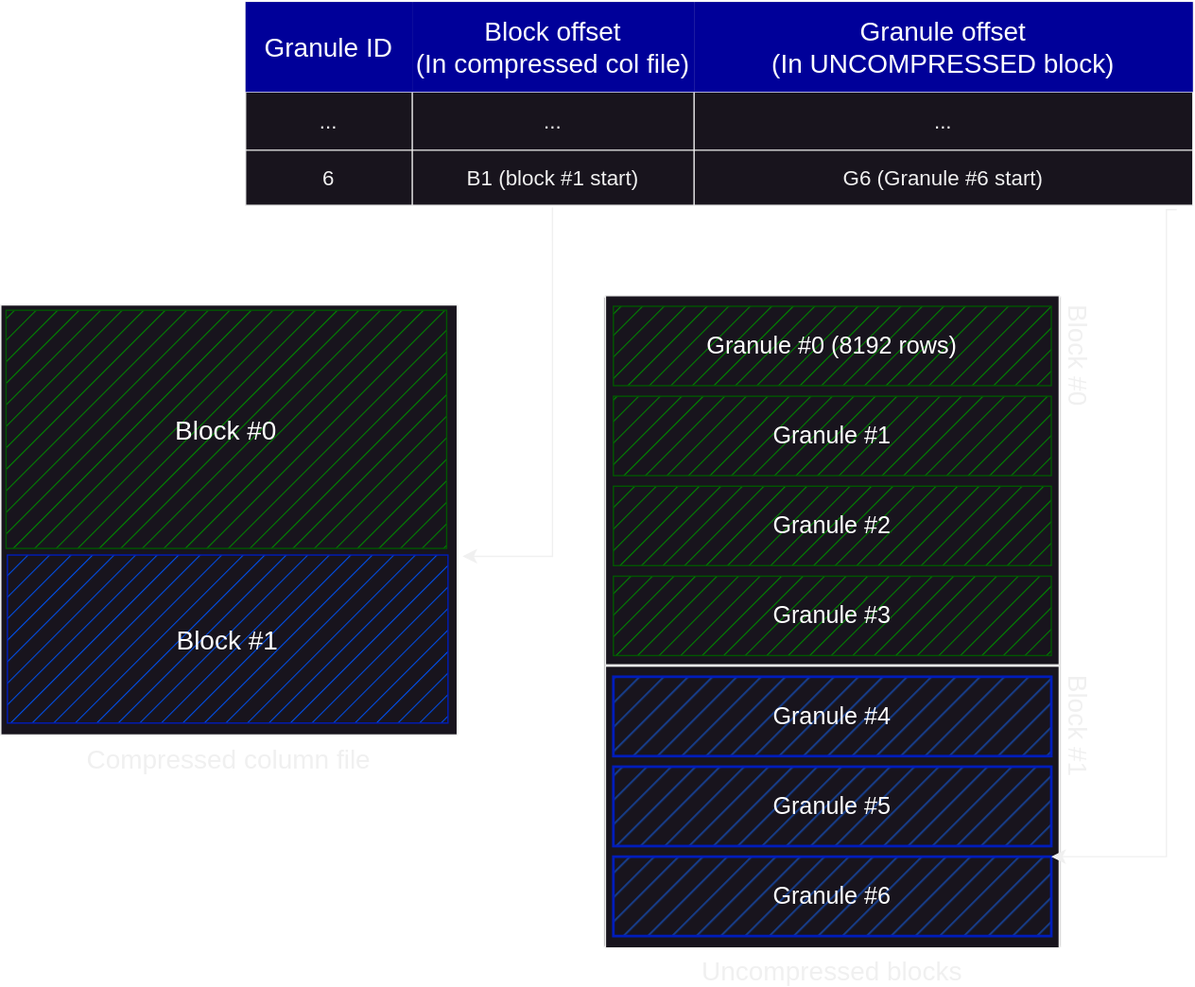
Above: content/posts/clickhouse-paper/images/column-file-organization.svg in su225/su225.github.io (draw.io), before the change. Source tidied: cells renumbered, new cells last; positions are measured from the earlier drawing's top-left corner, leaving out a move shared by most shapes.
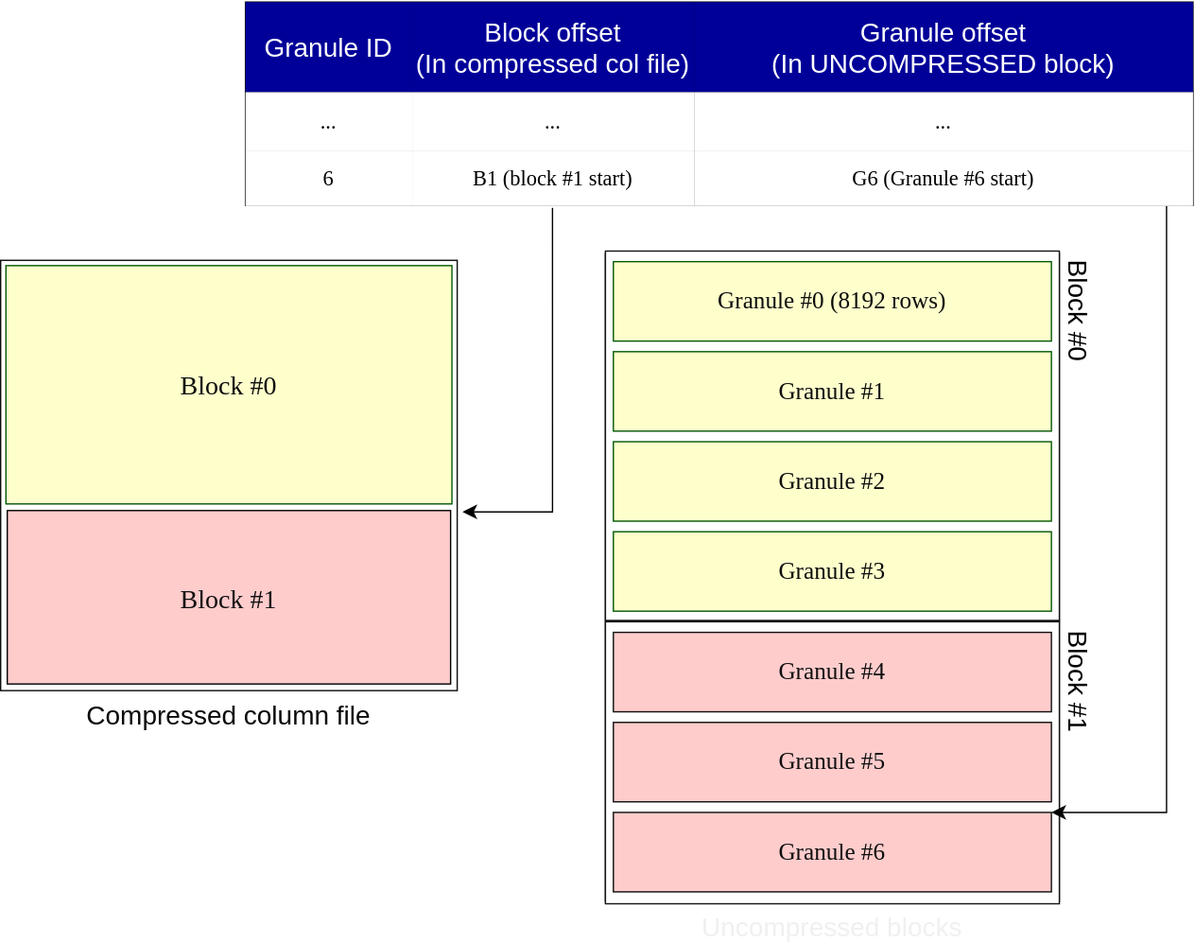
Above is the later version.

What changed in the source:
```diff
@@ -1,48 +1,63 @@
-<mxGraphModel>
+<mxGraphModel background="#ffffff">
   <root>
     <mxCell id="0" />
     <mxCell id="1" parent="0" />
     <mxCell id="2" value="Uncompressed blocks" style="rounded=0;whiteSpace=wrap;html=1;labelPosition=center;verticalLabelPosition=bottom;align=center;verticalAlign=top;fontSize=20;horizontal=1;" parent="1" vertex="1">
       <mxGeometry x="456" y="223" width="345" height="491" as="geometry" />
     </mxCell>
-    <mxCell id="3" value="Block #0" style="rounded=0;whiteSpace=wrap;html=1;labelPosition=right;verticalLabelPosition=middle;align=left;verticalAlign=top;fontSize=20;horizontal=1;textDirection=vertical-lr;" parent="1" vertex="1">
+    <mxCell id="3" value="Block #0" style="rounded=0;whiteSpace=wrap;html=1;labelPosition=right;verticalLabelPosition=middle;align=left;verticalAlign=top;fontSize=20;horizontal=1;textDirection=vertical-lr;fillStyle=solid;fillColor=#FFFFFF;fontColor=#000000;strokeColor=#141414;" parent="1" vertex="1">
       <mxGeometry x="457" y="222" width="343" height="279" as="geometry" />
     </mxCell>
-    <mxCell id="4" value="Granule #0 (8192 rows)" style="rounded=0;whiteSpace=wrap;html=1;fontSize=18;fillStyle=hatch;fillColor=#008a00;strokeColor=#005700;fontColor=#ffffff;" parent="1" vertex="1">
+    <mxCell id="4" value="Granule #0 (8192 rows)" style="rounded=0;whiteSpace=wrap;html=1;fontSize=18;fillStyle=auto;fillColor=#FFFFCC;strokeColor=#005700;fontColor=#0D0D0D;fontFamily=Georgia;" parent="1" vertex="1">
       <mxGeometry x="463" y="230" width="331" height="60" as="geometry" />
     </mxCell>
-    <mxCell id="5" value="Granule #1" style="rounded=0;whiteSpace=wrap;html=1;fontSize=18;fillStyle=hatch;fillColor=#008a00;strokeColor=#005700;fontColor=#ffffff;" parent="1" vertex="1">
+    <mxCell id="5" value="Granule #1" style="rounded=0;whiteSpace=wrap;html=1;fontSize=18;fillStyle=auto;fillColor=#FFFFCC;strokeColor=#005700;fontColor=#0D0D0D;fontFamily=Georgia;" parent="1" vertex="1">
       <mxGeometry x="463" y="298" width="331" height="60" as="geometry" />
     </mxCell>
-    <mxCell id="6" value="Granule #2" style="rounded=0;whiteSpace=wrap;html=1;fontSize=18;fillStyle=hatch;fillColor=#008a00;strokeColor=#005700;fontColor=#ffffff;" parent="1" vertex="1">
+    <mxCell id="6" value="Granule #2" style="rounded=0;whiteSpace=wrap;html=1;fontSize=18;fillStyle=auto;fillColor=#FFFFCC;strokeColor=#005700;fontColor=#0D0D0D;fontFamily=Georgia;" parent="1" vertex="1">
       <mxGeometry x="463" y="366" width="331" height="60" as="geometry" />
     </mxCell>
-    <mxCell id="7" value="Granule #3" style="rounded=0;whiteSpace=wrap;html=1;fontSize=18;fillStyle=hatch;fillColor=#008a00;strokeColor=#005700;fontColor=#ffffff;" parent="1" vertex="1">
+    <mxCell id="7" value="Granule #3" style="rounded=0;whiteSpace=wrap;html=1;fontSize=18;fillStyle=auto;fillColor=#FFFFCC;strokeColor=#005700;fontColor=#0D0D0D;fontFamily=Georgia;" parent="1" vertex="1">
       <mxGeometry x="463" y="434" width="331" height="60" as="geometry" />
     </mxCell>
-    <mxCell id="8" value="Block #1" style="rounded=0;whiteSpace=wrap;html=1;labelPosition=right;verticalLabelPosition=middle;align=left;verticalAlign=top;fontSize=20;textDirection=vertical-lr;" parent="1" vertex="1">
+    <mxCell id="8" value="Block #1" style="rounded=0;whiteSpace=wrap;html=1;labelPosition=right;verticalLabelPosition=middle;align=left;verticalAlign=top;fontSize=20;textDirection=vertical-lr;fillStyle=solid;fillColor=#FFFFFF;fontColor=#000000;strokeColor=#141414;" parent="1" vertex="1">
       <mxGeometry x="457" y="502" width="343" height="213" as="geometry" />
     </mxCell>
-    <mxCell id="9" value="Granule #4" style="rounded=0;whiteSpace=wrap;html=1;fontSize=18;fillColor=#173c87;fontColor=#ffffff;strokeColor=#001DBC;fillStyle=hatch;strokeWidth=2;glass=0;shadow=0;" parent="1" vertex="1">
+    <mxCell id="9" value="Granule #4" style="rounded=0;whiteSpace=wrap;html=1;fontSize=18;fillColor=#FFCCCC;fontColor=#0F0F0F;strokeColor=#0D0D0D;fillStyle=solid;strokeWidth=1;glass=0;shadow=0;fontFamily=Georgia;" parent="1" vertex="1">
       <mxGeometry x="463" y="510" width="331" height="60" as="geometry" />
     </mxCell>
-    <mxCell id="10" value="Granule #5" style="rounded=0;whiteSpace=wrap;html=1;fontSize=18;fillColor=#173c87;fontColor=#ffffff;strokeColor=#001DBC;fillStyle=hatch;strokeWidth=2;glass=0;shadow=0;" parent="1" vertex="1">
+    <mxCell id="10" value="Granule #5" style="rounded=0;whiteSpace=wrap;html=1;fontSize=18;fillColor=#FFCCCC;fontColor=#0F0F0F;strokeColor=#0D0D0D;fillStyle=solid;strokeWidth=1;glass=0;shadow=0;fontFamily=Georgia;" parent="1" vertex="1">
       <mxGeometry x="463" y="578" width="331" height="60" as="geometry" />
     </mxCell>
-    <mxCell id="11" value="Granule #6" style="rounded=0;whiteSpace=wrap;html=1;fontSize=18;fillColor=#173c87;fontColor=#ffffff;strokeColor=#001DBC;fillStyle=hatch;strokeWidth=2;glass=0;shadow=0;" parent="1" vertex="1">
+    <mxCell id="11" value="Granule #6" style="rounded=0;whiteSpace=wrap;html=1;fontSize=18;fillColor=#FFCCCC;fontColor=#0F0F0F;strokeColor=#0D0D0D;fillStyle=solid;strokeWidth=1;glass=0;shadow=0;fontFamily=Georgia;" parent="1" vertex="1">
       <mxGeometry x="463" y="646" width="331" height="60" as="geometry" />
     </mxCell>
-    <mxCell id="12" value="Compressed column file" style="rounded=0;whiteSpace=wrap;html=1;labelPosition=center;verticalLabelPosition=bottom;align=center;verticalAlign=top;fontSize=20;horizontal=1;" parent="1" vertex="1">
+    <mxCell id="12" value="Compressed column file" style="rounded=0;whiteSpace=wrap;html=1;labelPosition=center;verticalLabelPosition=bottom;align=center;verticalAlign=top;fontSize=20;horizontal=1;fillStyle=solid;fillColor=#FFFFFF;perimeterSpacing=2;labelBorderColor=none;fontColor=#0A0A0A;gradientColor=none;strokeColor=#0A0A0A;" parent="1" vertex="1">
       <mxGeometry y="229" width="345" height="325" as="geometry" />
     </mxCell>
-    <mxCell id="13" value="Block #0" style="rounded=0;whiteSpace=wrap;html=1;fontSize=20;fillColor=#008a00;fontColor=#ffffff;strokeColor=#005700;fillStyle=hatch;" parent="1" vertex="1">
-      <mxGeometry x="4" y="233" width="333" height="180" as="geometry" />
+    <mxCell id="13" value="Block #0" style="rounded=0;whiteSpace=wrap;html=1;fontSize=20;fillColor=#FFFFCC;fontColor=#0D0D0D;strokeColor=#005700;fillStyle=auto;fontFamily=Georgia;" parent="1" vertex="1">
+      <mxGeometry x="4" y="233" width="337" height="180" as="geometry" />
     </mxCell>
-    <mxCell id="14" value="Block #1" style="rounded=0;whiteSpace=wrap;html=1;fontSize=20;fillColor=#0050ef;fontColor=#ffffff;strokeColor=#001DBC;fillStyle=hatch;" parent="1" vertex="1">
-      <mxGeometry x="5" y="418" width="333" height="127" as="geometry" />
+    <mxCell id="14" value="Block #1" style="rounded=0;whiteSpace=wrap;html=1;fontSize=20;fillColor=#FFCCCC;fontColor=#0F0F0F;strokeColor=#000000;fillStyle=solid;fontFamily=Georgia;" parent="1" vertex="1">
+      <mxGeometry x="5" y="418" width="335" height="131" as="geometry" />
     </mxCell>
+    <mxCell id="28" style="edgeStyle=elbowEdgeStyle;elbow=horizontal;endArrow=classic;html=1;curved=0;rounded=0;endSize=8;startSize=8;exitX=0.324;exitY=1.034;exitDx=0;exitDy=0;exitPerimeter=0;strokeColor=#000000;" parent="1" edge="1" source="24">
+      <mxGeometry relative="1" as="geometry">
+        <mxPoint x="349" y="419" as="targetPoint" />
+        <Array as="points">
+          <mxPoint x="417" y="170" />
+        </Array>
+      </mxGeometry>
+    </mxCell>
+    <mxCell id="29" style="edgeStyle=elbowEdgeStyle;elbow=horizontal;endArrow=classic;html=1;curved=0;rounded=0;endSize=8;startSize=8;exitX=0.985;exitY=0.987;exitDx=0;exitDy=0;exitPerimeter=0;entryX=1;entryY=0;entryDx=0;entryDy=0;strokeColor=#000000;" parent="1" edge="1" source="24" target="11">
+      <mxGeometry relative="1" as="geometry">
+        <Array as="points">
+          <mxPoint x="881" y="397" />
+        </Array>
+      </mxGeometry>
+    </mxCell>
-    <mxCell id="15" style="shape=table;startSize=0;fontSize=16;" parent="1" vertex="1">
-      <mxGeometry x="185" width="716" height="153.6" as="geometry" />
+    <mxCell id="15" style="shape=table;startSize=0;fontSize=16;strokeColor=#000000;strokeWidth=1;perimeterSpacing=1;swimlaneLine=0;" parent="1" vertex="1">
+      <mxGeometry x="185" y="34" width="716" height="153.6" as="geometry" />
     </mxCell>
     <mxCell id="16" style="shape=tableRow;horizontal=0;startSize=0;swimlaneHead=0;swimlaneBody=0;strokeColor=inherit;top=0;left=0;bottom=0;right=0;fillColor=none;fontSize=16;" parent="15" vertex="1">
       <mxGeometry width="716" height="68" as="geometry" />
@@ -59,41 +74,26 @@
     <mxCell id="20" style="shape=tableRow;horizontal=0;startSize=0;swimlaneHead=0;swimlaneBody=0;strokeColor=inherit;top=0;left=0;bottom=0;right=0;fillColor=none;fontSize=16;" parent="15" vertex="1">
       <mxGeometry y="68" width="716" height="44" as="geometry" />
     </mxCell>
-    <mxCell id="21" value="..." style="shape=partialRectangle;html=1;whiteSpace=wrap;strokeColor=inherit;overflow=hidden;fillColor=none;top=0;left=0;bottom=0;right=0;fontSize=16;" parent="20" vertex="1">
+    <mxCell id="21" value="..." style="shape=partialRectangle;html=1;whiteSpace=wrap;strokeColor=#121212;overflow=hidden;fillColor=#ffffff;top=0;left=0;bottom=0;right=0;fontSize=16;fontFamily=Georgia;fontColor=#000000;textShadow=0;labelBackgroundColor=none;" parent="20" vertex="1">
       <mxGeometry width="126" height="44" as="geometry" />
     </mxCell>
-    <mxCell id="22" value="..." style="shape=partialRectangle;html=1;whiteSpace=wrap;strokeColor=inherit;overflow=hidden;fillColor=none;top=0;left=0;bottom=0;right=0;fontSize=16;" parent="20" vertex="1">
+    <mxCell id="22" value="..." style="shape=partialRectangle;html=1;whiteSpace=wrap;strokeColor=#121212;overflow=hidden;fillColor=#ffffff;top=0;left=0;bottom=0;right=0;fontSize=16;fontFamily=Georgia;fontColor=#000000;textShadow=0;labelBackgroundColor=none;" parent="20" vertex="1">
       <mxGeometry x="126" width="213" height="44" as="geometry" />
     </mxCell>
-    <mxCell id="23" value="..." style="shape=partialRectangle;html=1;whiteSpace=wrap;strokeColor=inherit;overflow=hidden;fillColor=none;top=0;left=0;bottom=0;right=0;fontSize=16;" parent="20" vertex="1">
+    <mxCell id="23" value="..." style="shape=partialRectangle;html=1;whiteSpace=wrap;strokeColor=#121212;overflow=hidden;fillColor=#ffffff;top=0;left=0;bottom=0;right=0;fontSize=16;fontFamily=Georgia;fontColor=#000000;textShadow=0;labelBackgroundColor=none;" parent="20" vertex="1">
       <mxGeometry x="339" width="377" height="44" as="geometry" />
     </mxCell>
     <mxCell id="24" style="shape=tableRow;horizontal=0;startSize=0;swimlaneHead=0;swimlaneBody=0;strokeColor=inherit;top=0;left=0;bottom=0;right=0;fillColor=none;points=[[0,0.5],[1,0.5]];portConstraint=eastwest;fontSize=16;" parent="15" vertex="1">
       <mxGeometry y="112" width="716" height="42" as="geometry" />
     </mxCell>
-    <mxCell id="25" value="6" style="shape=partialRectangle;html=1;whiteSpace=wrap;strokeColor=inherit;overflow=hidden;fillColor=none;top=0;left=0;bottom=0;right=0;fontSize=16;" parent="24" vertex="1">
+    <mxCell id="25" value="6" style="shape=partialRectangle;html=1;whiteSpace=wrap;strokeColor=#121212;overflow=hidden;fillColor=#ffffff;top=0;left=0;bottom=0;right=0;fontSize=16;fontFamily=Georgia;fontColor=#000000;textShadow=0;labelBackgroundColor=none;" parent="24" vertex="1">
       <mxGeometry width="126" height="42" as="geometry" />
     </mxCell>
-    <mxCell id="26" value="B1 (block #1 start)" style="shape=partialRectangle;html=1;whiteSpace=wrap;strokeColor=inherit;overflow=hidden;fillColor=none;top=0;left=0;bottom=0;right=0;fontSize=16;" parent="24" vertex="1">
+    <mxCell id="26" value="B1 (block #1 start)" style="shape=partialRectangle;html=1;whiteSpace=wrap;strokeColor=#121212;overflow=hidden;fillColor=#ffffff;top=0;left=0;bottom=0;right=0;fontSize=16;fontFamily=Georgia;fontColor=#000000;textShadow=0;labelBackgroundColor=none;" parent="24" vertex="1">
       <mxGeometry x="126" width="213" height="42" as="geometry" />
     </mxCell>
-    <mxCell id="27" value="G6 (Granule #6 start)" style="shape=partialRectangle;html=1;whiteSpace=wrap;strokeColor=inherit;overflow=hidden;fillColor=none;top=0;left=0;bottom=0;right=0;fontSize=16;" parent="24" vertex="1">
+    <mxCell id="27" value="G6 (Granule #6 start)" style="shape=partialRectangle;html=1;whiteSpace=wrap;strokeColor=#121212;overflow=hidden;fillColor=#ffffff;top=0;left=0;bottom=0;right=0;fontSize=16;fontFamily=Georgia;fontColor=#000000;textShadow=0;labelBackgroundColor=none;" parent="24" vertex="1">
       <mxGeometry x="339" width="377" height="42" as="geometry" />
     </mxCell>
-    <mxCell id="28" style="edgeStyle=elbowEdgeStyle;elbow=horizontal;endArrow=classic;html=1;curved=0;rounded=0;endSize=8;startSize=8;exitX=0.324;exitY=1.034;exitDx=0;exitDy=0;exitPerimeter=0;" parent="1" edge="1" source="24">
-      <mxGeometry relative="1" as="geometry">
-        <mxPoint x="349" y="419" as="targetPoint" />
-        <Array as="points">
-          <mxPoint x="417" y="170" />
-        </Array>
-      </mxGeometry>
-    </mxCell>
-    <mxCell id="29" style="edgeStyle=elbowEdgeStyle;elbow=horizontal;endArrow=classic;html=1;curved=0;rounded=0;endSize=8;startSize=8;exitX=0.983;exitY=1.071;exitDx=0;exitDy=0;exitPerimeter=0;entryX=1;entryY=0;entryDx=0;entryDy=0;" parent="1" edge="1" source="24" target="11">
-      <mxGeometry relative="1" as="geometry">
-        <Array as="points">
-          <mxPoint x="881" y="397" />
-        </Array>
-      </mxGeometry>
-    </mxCell>
   </root>
 </mxGraphModel>
```
